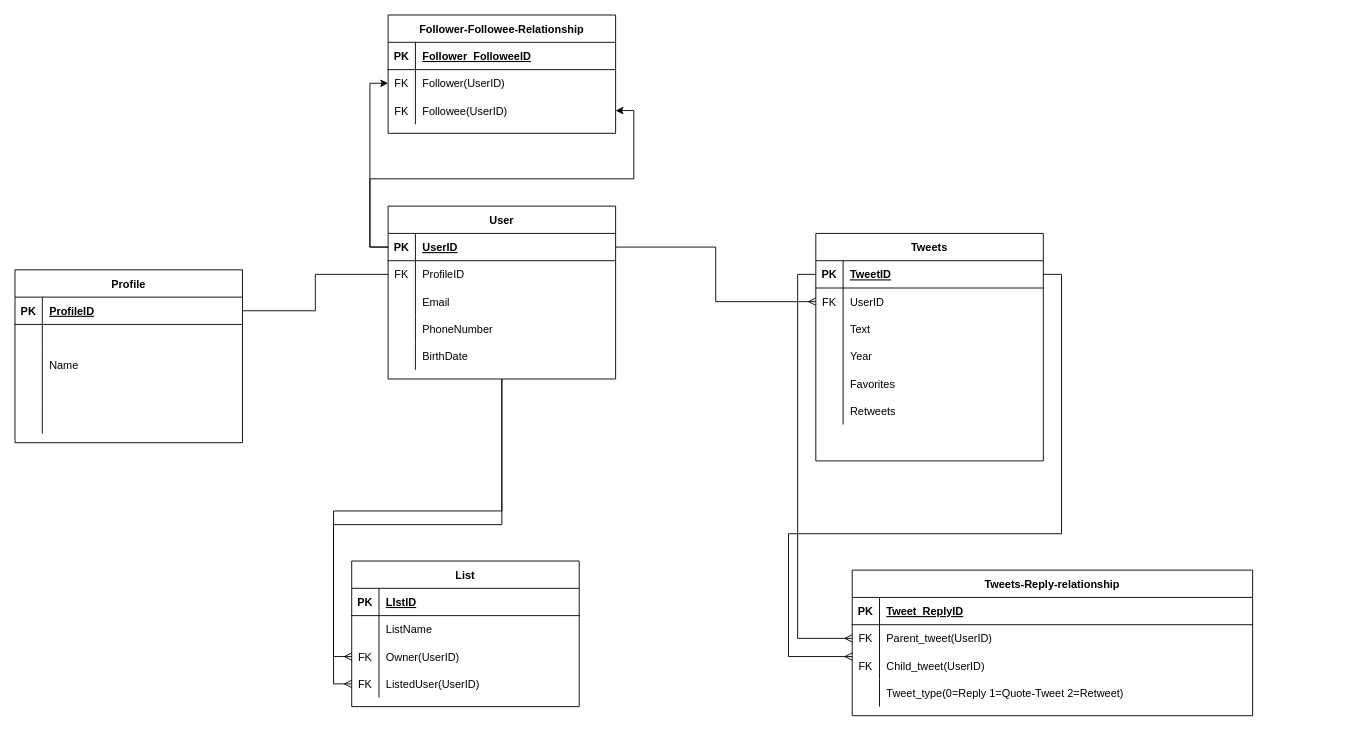
This is 名称未設定ファイル.drawio from kutimiti1234/git_it, a draw.io file, before an edit. Source tidied: cells renumbered, new cells numbered last; positions are measured from the earlier drawing's top-left corner, leaving out a move shared by most shapes. Both pictures are drawn from the tidied source at 91%, with x=0, y=0 at pixel (15, 15).
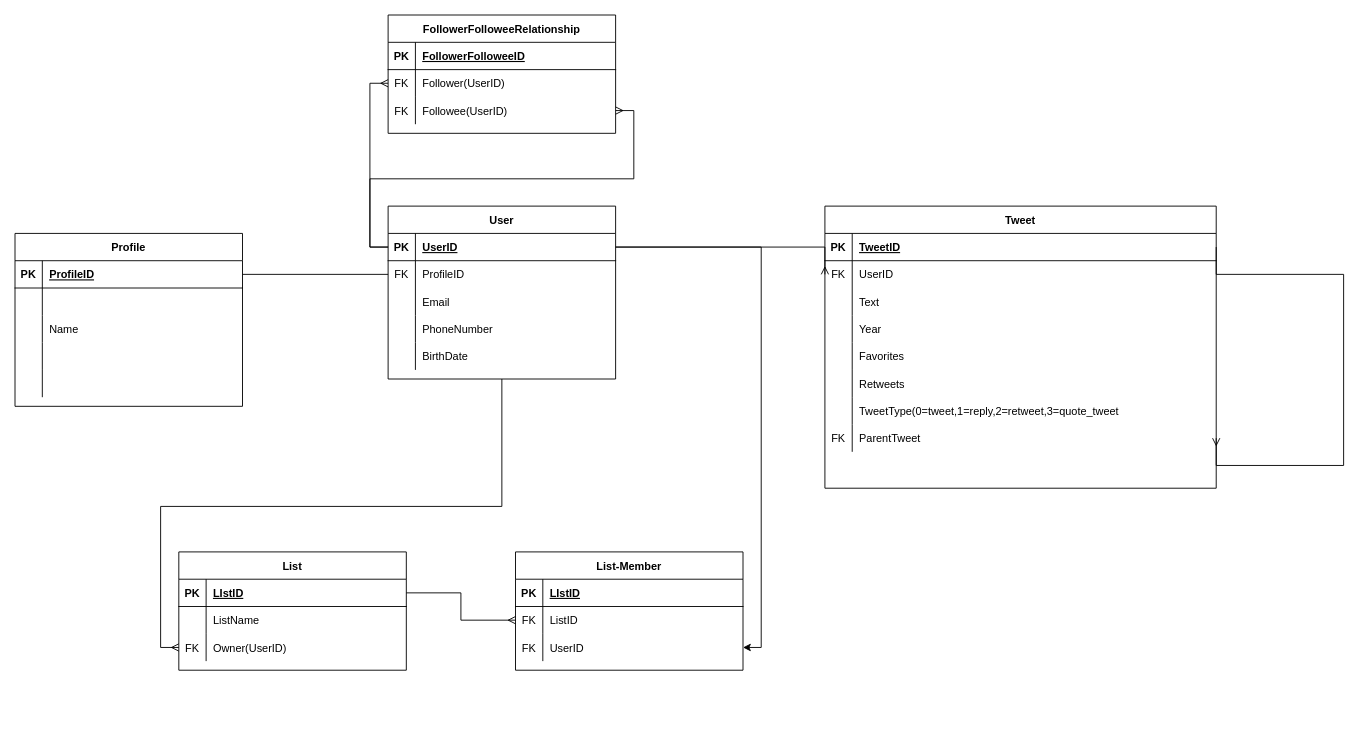
Above is the later version.

Commit message:
名称未設定ファイル.drawio を更新します

The change refers to these unchanged cells:
```xml
<mxCell id="4" value="User" style="shape=table;startSize=30;childLayout=tableLayout;rowLines=0;fontStyle=1;align=center;" parent="1" vertex="1">
  <mxGeometry x="410" y="210" width="250" height="190" as="geometry" />
</mxCell>
<mxCell id="5" style="shape=partialRectangle;fillColor=none;points=[[0,0.5],[1,0.5]];portConstraint=eastwest;top=0;left=0;right=0;bottom=1;" parent="4" vertex="1">
  <mxGeometry y="30" width="250" height="30" as="geometry" />
</mxCell>
<mxCell id="72" style="shape=partialRectangle;fillColor=none;points=[[0,0.5],[1,0.5]];portConstraint=eastwest;top=0;left=0;right=0;bottom=1;" parent="71" vertex="1">
  <mxGeometry y="30" width="250" height="30" as="geometry" />
</mxCell>
<mxCell id="85" style="shape=partialRectangle;fillColor=none;top=0;left=0;right=0;bottom=1;" parent="84" vertex="1">
  <mxGeometry y="30" width="250" height="30" as="geometry" />
</mxCell>
<mxCell id="88" style="shape=partialRectangle;fillColor=none;points=[[0,0.5],[1,0.5]];portConstraint=eastwest;top=0;left=0;right=0;bottom=0;" parent="84" vertex="1">
  <mxGeometry y="60" width="250" height="30" as="geometry" />
</mxCell>
<mxCell id="91" style="shape=partialRectangle;fillColor=none;points=[[0,0.5],[1,0.5]];portConstraint=eastwest;top=0;left=0;right=0;bottom=0;" parent="84" vertex="1">
  <mxGeometry y="90" width="250" height="30" as="geometry" />
</mxCell>
```

Diff of the diagram source:
```diff
@@
+    <mxCell id="98" style="edgeStyle=orthogonalEdgeStyle;rounded=0;jettySize=auto;html=1;exitX=1;exitY=0.5;exitDx=0;exitDy=0;entryX=1;entryY=0.5;entryDx=0;entryDy=0;endArrow=ERmany;endFill=0;" parent="1" edge="1" source="37" target="101">
+      <mxGeometry relative="1" as="geometry">
+        <Array as="points">
+          <mxPoint x="1460" y="285" />
+          <mxPoint x="1460" y="495" />
+        </Array>
+      </mxGeometry>
+    </mxCell>
@@
-    <mxCell id="3" style="edgeStyle=orthogonalEdgeStyle;rounded=0;jettySize=auto;html=1;entryX=0;entryY=0.5;entryDx=0;entryDy=0;endArrow=ERmany;endFill=0;" parent="1" edge="1" source="4" target="81">
-      <mxGeometry relative="1" as="geometry" />
-    </mxCell>
@@
     <mxCell id="20" value="Profile" style="shape=table;startSize=30;childLayout=tableLayout;rowLines=0;fontStyle=1;align=center;" parent="1" vertex="1">
-      <mxGeometry y="280" width="250" height="190" as="geometry" />
+      <mxGeometry y="240" width="250" height="190" as="geometry" />
     </mxCell>
@@
-    <mxCell id="36" value="Tweets" style="shape=table;startSize=30;childLayout=tableLayout;rowLines=0;fontStyle=1;align=center;" parent="1" vertex="1">
-      <mxGeometry x="880" y="240" width="250" height="250" as="geometry" />
+    <mxCell id="36" value="Tweet" style="shape=table;startSize=30;childLayout=tableLayout;rowLines=0;fontStyle=1;align=center;" parent="1" vertex="1">
+      <mxGeometry x="890" y="210" width="430" height="310" as="geometry" />
     </mxCell>
     <mxCell id="37" style="shape=partialRectangle;fillColor=none;points=[[0,0.5],[1,0.5]];portConstraint=eastwest;top=0;left=0;right=0;bottom=1;" parent="36" vertex="1">
-      <mxGeometry y="30" width="250" height="30" as="geometry" />
+      <mxGeometry y="30" width="430" height="30" as="geometry" />
     </mxCell>
@@
     <mxCell id="39" value="TweetID" style="shape=partialRectangle;overflow=hidden;fillColor=none;top=0;left=0;bottom=0;right=0;align=left;spacingLeft=6;fontStyle=5;" parent="37" vertex="1">
-      <mxGeometry x="30" width="220" height="30" as="geometry" />
+      <mxGeometry x="30" width="400" height="30" as="geometry" />
     </mxCell>
     <mxCell id="40" style="shape=partialRectangle;fillColor=none;points=[[0,0.5],[1,0.5]];portConstraint=eastwest;top=0;left=0;right=0;bottom=0;" parent="36" vertex="1">
-      <mxGeometry y="60" width="250" height="30" as="geometry" />
+      <mxGeometry y="60" width="430" height="30" as="geometry" />
     </mxCell>
@@
     <mxCell id="42" value="UserID" style="shape=partialRectangle;overflow=hidden;fillColor=none;top=0;left=0;bottom=0;right=0;align=left;spacingLeft=6;" parent="40" vertex="1">
-      <mxGeometry x="30" width="220" height="30" as="geometry" />
+      <mxGeometry x="30" width="400" height="30" as="geometry" />
     </mxCell>
     <mxCell id="43" style="shape=partialRectangle;fillColor=none;top=0;left=0;right=0;bottom=0;" parent="36" vertex="1">
-      <mxGeometry y="90" width="250" height="30" as="geometry" />
+      <mxGeometry y="90" width="430" height="30" as="geometry" />
     </mxCell>
@@
     <mxCell id="45" value="Text" style="shape=partialRectangle;overflow=hidden;fillColor=none;top=0;left=0;bottom=0;right=0;align=left;spacingLeft=6;" parent="43" vertex="1">
-      <mxGeometry x="30" width="220" height="30" as="geometry" />
+      <mxGeometry x="30" width="400" height="30" as="geometry" />
     </mxCell>
     <mxCell id="46" style="shape=partialRectangle;fillColor=none;top=0;left=0;right=0;bottom=0;" parent="36" vertex="1">
-      <mxGeometry y="120" width="250" height="30" as="geometry" />
+      <mxGeometry y="120" width="430" height="30" as="geometry" />
     </mxCell>
@@
     <mxCell id="48" value="Year" style="shape=partialRectangle;overflow=hidden;fillColor=none;top=0;left=0;bottom=0;right=0;align=left;spacingLeft=6;" parent="46" vertex="1">
-      <mxGeometry x="30" width="220" height="30" as="geometry" />
+      <mxGeometry x="30" width="400" height="30" as="geometry" />
     </mxCell>
     <mxCell id="49" style="shape=partialRectangle;fillColor=none;top=0;left=0;right=0;bottom=0;" parent="36" vertex="1">
-      <mxGeometry y="150" width="250" height="30" as="geometry" />
+      <mxGeometry y="150" width="430" height="30" as="geometry" />
     </mxCell>
@@
     <mxCell id="51" value="Favorites" style="shape=partialRectangle;overflow=hidden;fillColor=none;top=0;left=0;bottom=0;right=0;align=left;spacingLeft=6;" parent="49" vertex="1">
-      <mxGeometry x="30" width="220" height="30" as="geometry" />
+      <mxGeometry x="30" width="400" height="30" as="geometry" />
     </mxCell>
     <mxCell id="52" style="shape=partialRectangle;fillColor=none;top=0;left=0;right=0;bottom=0;" parent="36" vertex="1">
-      <mxGeometry y="180" width="250" height="30" as="geometry" />
+      <mxGeometry y="180" width="430" height="30" as="geometry" />
     </mxCell>
@@
     <mxCell id="54" value="Retweets" style="shape=partialRectangle;overflow=hidden;fillColor=none;top=0;left=0;bottom=0;right=0;align=left;spacingLeft=6;" parent="52" vertex="1">
-      <mxGeometry x="30" width="220" height="30" as="geometry" />
+      <mxGeometry x="30" width="400" height="30" as="geometry" />
     </mxCell>
-    <mxCell id="55" value="Tweets-Reply-relationship" style="shape=table;startSize=30;childLayout=tableLayout;rowLines=0;fontStyle=1;align=center;" parent="1" vertex="1">
-      <mxGeometry x="920" y="610" width="440" height="160" as="geometry" />
-    </mxCell>
-    <mxCell id="56" style="shape=partialRectangle;fillColor=none;top=0;left=0;right=0;bottom=1;" parent="55" vertex="1">
-      <mxGeometry y="30" width="440" height="30" as="geometry" />
-    </mxCell>
-    <mxCell id="57" value="PK" style="shape=partialRectangle;overflow=hidden;fillColor=none;top=0;left=0;bottom=0;right=0;fontStyle=1;" parent="56" vertex="1">
-      <mxGeometry width="30" height="30" as="geometry" />
-    </mxCell>
-    <mxCell id="58" value="Tweet_ReplyID" style="shape=partialRectangle;overflow=hidden;fillColor=none;top=0;left=0;bottom=0;right=0;align=left;spacingLeft=6;fontStyle=5;" parent="56" vertex="1">
-      <mxGeometry x="30" width="410" height="30" as="geometry" />
-    </mxCell>
-    <mxCell id="59" style="shape=partialRectangle;fillColor=none;points=[[0,0.5],[1,0.5]];portConstraint=eastwest;top=0;left=0;right=0;bottom=0;" parent="55" vertex="1">
-      <mxGeometry y="60" width="440" height="30" as="geometry" />
-    </mxCell>
-    <mxCell id="60" value="FK" style="shape=partialRectangle;overflow=hidden;fillColor=none;top=0;left=0;bottom=0;right=0;" parent="59" vertex="1">
-      <mxGeometry width="30" height="30" as="geometry" />
-    </mxCell>
-    <mxCell id="61" value="Parent_tweet(UserID)" style="shape=partialRectangle;overflow=hidden;fillColor=none;top=0;left=0;bottom=0;right=0;align=left;spacingLeft=6;" parent="59" vertex="1">
-      <mxGeometry x="30" width="410" height="30" as="geometry" />
-    </mxCell>
-    <mxCell id="62" style="shape=partialRectangle;fillColor=none;points=[[0,0.5],[1,0.5]];portConstraint=eastwest;top=0;left=0;right=0;bottom=0;" parent="55" vertex="1">
-      <mxGeometry y="90" width="440" height="30" as="geometry" />
-    </mxCell>
-    <mxCell id="63" value="FK" style="shape=partialRectangle;overflow=hidden;fillColor=none;top=0;left=0;bottom=0;right=0;" parent="62" vertex="1">
-      <mxGeometry width="30" height="30" as="geometry" />
-    </mxCell>
-    <mxCell id="64" value="Child_tweet(UserID)" style="shape=partialRectangle;overflow=hidden;fillColor=none;top=0;left=0;bottom=0;right=0;align=left;spacingLeft=6;" parent="62" vertex="1">
-      <mxGeometry x="30" width="410" height="30" as="geometry" />
-    </mxCell>
-    <mxCell id="65" style="shape=partialRectangle;fillColor=none;top=0;left=0;right=0;bottom=0;" parent="55" vertex="1">
-      <mxGeometry y="120" width="440" height="30" as="geometry" />
-    </mxCell>
+    <mxCell id="99" style="shape=partialRectangle;fillColor=none;top=0;left=0;right=0;bottom=0;" parent="36" vertex="1">
+      <mxGeometry y="210" width="430" height="30" as="geometry" />
+    </mxCell>
-    <mxCell id="66" style="shape=partialRectangle;overflow=hidden;fillColor=none;top=0;left=0;bottom=0;right=0;" parent="65" vertex="1">
+    <mxCell id="66" style="shape=partialRectangle;overflow=hidden;fillColor=none;top=0;left=0;bottom=0;right=0;" parent="99" vertex="1">
       <mxGeometry width="30" height="30" as="geometry" />
     </mxCell>
-    <mxCell id="67" value="Tweet_type(0=Reply 1=Quote-Tweet 2=Retweet)" style="shape=partialRectangle;overflow=hidden;fillColor=none;top=0;left=0;bottom=0;right=0;align=left;spacingLeft=6;" parent="65" vertex="1">
-      <mxGeometry x="30" width="410" height="30" as="geometry" />
-    </mxCell>
-    <mxCell id="68" style="edgeStyle=orthogonalEdgeStyle;rounded=0;jettySize=auto;html=1;exitX=0;exitY=0.5;exitDx=0;exitDy=0;entryX=0;entryY=0.5;entryDx=0;entryDy=0;endArrow=ERmany;endFill=0;" parent="1" edge="1" source="37" target="59">
-      <mxGeometry relative="1" as="geometry" />
-    </mxCell>
-    <mxCell id="69" style="edgeStyle=orthogonalEdgeStyle;rounded=0;jettySize=auto;html=1;exitX=1;exitY=0.5;exitDx=0;exitDy=0;endArrow=ERmany;endFill=0;" parent="1" edge="1" source="37" target="62">
-      <mxGeometry relative="1" as="geometry">
-        <Array as="points">
-          <mxPoint x="1150" y="285" />
-          <mxPoint x="1150" y="570" />
-          <mxPoint x="850" y="570" />
-          <mxPoint x="850" y="705" />
-        </Array>
-      </mxGeometry>
-    </mxCell>
+    <mxCell id="100" value="TweetType(0=tweet,1=reply,2=retweet,3=quote_tweet" style="shape=partialRectangle;overflow=hidden;fillColor=none;top=0;left=0;bottom=0;right=0;align=left;spacingLeft=6;" parent="99" vertex="1">
+      <mxGeometry x="30" width="400" height="30" as="geometry" />
+    </mxCell>
+    <mxCell id="101" style="shape=partialRectangle;fillColor=none;points=[[0,0.5],[1,0.5]];portConstraint=eastwest;top=0;left=0;right=0;bottom=0;" parent="36" vertex="1">
+      <mxGeometry y="240" width="430" height="30" as="geometry" />
+    </mxCell>
+    <mxCell id="102" value="FK" style="shape=partialRectangle;overflow=hidden;fillColor=none;top=0;left=0;bottom=0;right=0;" parent="101" vertex="1">
+      <mxGeometry width="30" height="30" as="geometry" />
+    </mxCell>
+    <mxCell id="103" value="ParentTweet" style="shape=partialRectangle;overflow=hidden;fillColor=none;top=0;left=0;bottom=0;right=0;align=left;spacingLeft=6;" parent="101" vertex="1">
+      <mxGeometry x="30" width="400" height="30" as="geometry" />
+    </mxCell>
@@
     <mxCell id="71" value="List" style="shape=table;startSize=30;childLayout=tableLayout;rowLines=0;fontStyle=1;align=center;" parent="1" vertex="1">
-      <mxGeometry x="370" y="600" width="250" height="160" as="geometry" />
+      <mxGeometry x="180" y="590" width="250" height="130" as="geometry" />
     </mxCell>
@@
-    <mxCell id="81" style="shape=partialRectangle;fillColor=none;points=[[0,0.5],[1,0.5]];portConstraint=eastwest;top=0;left=0;right=0;bottom=0;" parent="71" vertex="1">
-      <mxGeometry y="120" width="250" height="30" as="geometry" />
-    </mxCell>
-    <mxCell id="82" value="FK" style="shape=partialRectangle;overflow=hidden;fillColor=none;top=0;left=0;bottom=0;right=0;" parent="81" vertex="1">
-      <mxGeometry width="30" height="30" as="geometry" />
-    </mxCell>
-    <mxCell id="83" value="ListedUser(UserID)" style="shape=partialRectangle;overflow=hidden;fillColor=none;top=0;left=0;bottom=0;right=0;align=left;spacingLeft=6;" parent="81" vertex="1">
-      <mxGeometry x="30" width="220" height="30" as="geometry" />
-    </mxCell>
-    <mxCell id="84" value="Follower-Followee-Relationship" style="shape=table;startSize=30;childLayout=tableLayout;rowLines=0;fontStyle=1;align=center;" parent="1" vertex="1">
+    <mxCell id="84" value="FollowerFolloweeRelationship" style="shape=table;startSize=30;childLayout=tableLayout;rowLines=0;fontStyle=1;align=center;" parent="1" vertex="1">
       <mxGeometry x="410" width="250" height="130" as="geometry" />
     </mxCell>
@@
-    <mxCell id="87" value="Follower_FolloweeID" style="shape=partialRectangle;overflow=hidden;fillColor=none;top=0;left=0;bottom=0;right=0;align=left;spacingLeft=6;fontStyle=5;" parent="85" vertex="1">
+    <mxCell id="87" value="FollowerFolloweeID" style="shape=partialRectangle;overflow=hidden;fillColor=none;top=0;left=0;bottom=0;right=0;align=left;spacingLeft=6;fontStyle=5;" parent="85" vertex="1">
       <mxGeometry x="30" width="220" height="30" as="geometry" />
     </mxCell>
@@
     <mxCell id="94" style="edgeStyle=orthogonalEdgeStyle;rounded=0;jettySize=auto;html=1;entryX=0;entryY=0.5;entryDx=0;entryDy=0;endArrow=ERmany;endFill=0;" parent="1" edge="1" source="5" target="40">
-      <mxGeometry relative="1" as="geometry" />
+      <mxGeometry relative="1" as="geometry">
+        <Array as="points">
+          <mxPoint x="890" y="255" />
+        </Array>
+      </mxGeometry>
     </mxCell>
-    <mxCell id="95" style="edgeStyle=orthogonalEdgeStyle;rounded=0;jettySize=auto;html=1;entryX=0;entryY=0.5;entryDx=0;entryDy=0;" parent="1" edge="1" source="5" target="88">
+    <mxCell id="95" style="edgeStyle=orthogonalEdgeStyle;rounded=0;jettySize=auto;html=1;entryX=0;entryY=0.5;entryDx=0;entryDy=0;endArrow=ERmany;endFill=0;" parent="1" edge="1" source="5" target="88">
       <mxGeometry relative="1" as="geometry" />
     </mxCell>
-    <mxCell id="96" style="edgeStyle=orthogonalEdgeStyle;rounded=0;jettySize=auto;html=1;entryX=1;entryY=0.5;entryDx=0;entryDy=0;" parent="1" edge="1" source="5" target="91">
+    <mxCell id="96" style="edgeStyle=orthogonalEdgeStyle;rounded=0;jettySize=auto;html=1;entryX=1;entryY=0.5;entryDx=0;entryDy=0;endArrow=ERmany;endFill=0;" parent="1" edge="1" source="5" target="91">
       <mxGeometry relative="1" as="geometry" />
     </mxCell>
-    <mxCell id="97" style="shape=partialRectangle;overflow=hidden;fillColor=none;top=0;left=0;bottom=0;right=0;align=left;spacingLeft=6;" parent="1" vertex="1">
-      <mxGeometry x="30" y="340" width="220" height="30" as="geometry" />
-    </mxCell>
+    <mxCell id="104" value="List-Member" style="shape=table;startSize=30;childLayout=tableLayout;rowLines=0;fontStyle=1;align=center;" parent="1" vertex="1">
+      <mxGeometry x="550" y="590" width="250" height="130" as="geometry" />
+    </mxCell>
+    <mxCell id="105" style="shape=partialRectangle;fillColor=none;top=0;left=0;right=0;bottom=1;" parent="104" vertex="1">
+      <mxGeometry y="30" width="250" height="30" as="geometry" />
+    </mxCell>
+    <mxCell id="57" value="PK" style="shape=partialRectangle;overflow=hidden;fillColor=none;top=0;left=0;bottom=0;right=0;fontStyle=1;" parent="105" vertex="1">
+      <mxGeometry width="30" height="30" as="geometry" />
+    </mxCell>
+    <mxCell id="106" value="LIstID" style="shape=partialRectangle;overflow=hidden;fillColor=none;top=0;left=0;bottom=0;right=0;align=left;spacingLeft=6;fontStyle=5;" parent="105" vertex="1">
+      <mxGeometry x="30" width="220" height="30" as="geometry" />
+    </mxCell>
+    <mxCell id="107" style="shape=partialRectangle;fillColor=none;points=[[0,0.5],[1,0.5]];portConstraint=eastwest;top=0;left=0;right=0;bottom=0;" parent="104" vertex="1">
+      <mxGeometry y="60" width="250" height="30" as="geometry" />
+    </mxCell>
+    <mxCell id="108" value="FK" style="shape=partialRectangle;overflow=hidden;fillColor=none;top=0;left=0;bottom=0;right=0;" parent="107" vertex="1">
+      <mxGeometry width="30" height="30" as="geometry" />
+    </mxCell>
+    <mxCell id="109" value="ListID" style="shape=partialRectangle;overflow=hidden;fillColor=none;top=0;left=0;bottom=0;right=0;align=left;spacingLeft=6;" parent="107" vertex="1">
+      <mxGeometry x="30" width="220" height="30" as="geometry" />
+    </mxCell>
+    <mxCell id="110" style="shape=partialRectangle;fillColor=none;points=[[0,0.5],[1,0.5]];portConstraint=eastwest;top=0;left=0;right=0;bottom=0;" parent="104" vertex="1">
+      <mxGeometry y="90" width="250" height="30" as="geometry" />
+    </mxCell>
+    <mxCell id="111" value="FK" style="shape=partialRectangle;overflow=hidden;fillColor=none;top=0;left=0;bottom=0;right=0;" parent="110" vertex="1">
+      <mxGeometry width="30" height="30" as="geometry" />
+    </mxCell>
+    <mxCell id="112" value="UserID" style="shape=partialRectangle;overflow=hidden;fillColor=none;top=0;left=0;bottom=0;right=0;align=left;spacingLeft=6;" parent="110" vertex="1">
+      <mxGeometry x="30" width="220" height="30" as="geometry" />
+    </mxCell>
+    <mxCell id="113" style="edgeStyle=orthogonalEdgeStyle;rounded=0;jettySize=auto;html=1;endArrow=ERmany;endFill=0;" parent="1" edge="1" source="72" target="107">
+      <mxGeometry relative="1" as="geometry" />
+    </mxCell>
+    <mxCell id="114" style="edgeStyle=orthogonalEdgeStyle;rounded=0;jettySize=auto;html=1;entryX=1;entryY=0.5;entryDx=0;entryDy=0;" parent="1" edge="1" source="5" target="110">
+      <mxGeometry relative="1" as="geometry" />
+    </mxCell>
```
